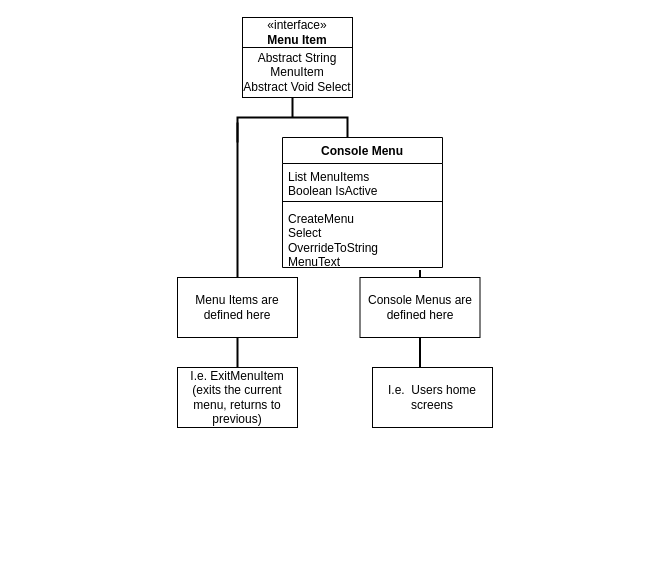
The draw.io diagram DDD_ObjectOrientedMenu.drawio in mpanks/Flowcharts, before the edit. Source tidied: cells renumbered, new cells numbered last; positions are measured from the earlier drawing's top-left corner, leaving out a move shared by most shapes. Both pictures are drawn from the tidied source at 100%, with x=0, y=0 at pixel (114, 17).
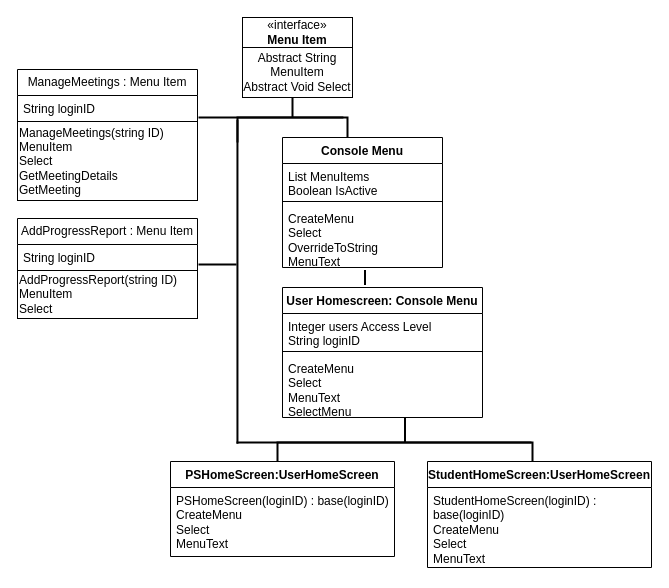
Above is the later version.

Change to the diagram source:
```diff
@@
-    <mxCell id="2" style="line;strokeWidth=2;html=1;rotation=-90;" parent="1" vertex="1">
-      <mxGeometry x="235.5" y="317.5" width="140" height="10" as="geometry" />
-    </mxCell>
+    <mxCell id="16" style="line;strokeWidth=2;html=1;rotation=0;" parent="1" vertex="1">
+      <mxGeometry x="84" y="94" width="144.9" height="12" as="geometry" />
+    </mxCell>
+    <mxCell id="13" value="ManageMeetings : Menu Item" style="swimlane;fontStyle=0;horizontal=1;startSize=26;fillColor=none;whiteSpace=wrap;html=1;" parent="1" vertex="1">
+      <mxGeometry x="-97" y="52" width="180" height="131" as="geometry" />
+    </mxCell>
+    <mxCell id="14" value="String loginID" style="text;strokeColor=none;fillColor=none;align=left;verticalAlign=top;spacingLeft=4;spacingRight=4;overflow=hidden;whiteSpace=wrap;html=1;" parent="13" vertex="1">
+      <mxGeometry y="26" width="180" height="26" as="geometry" />
+    </mxCell>
+    <mxCell id="17" value="ManageMeetings(string ID)&lt;br&gt;MenuItem&lt;br&gt;Select&lt;br&gt;GetMeetingDetails&lt;br&gt;GetMeeting" style="rounded=0;whiteSpace=wrap;html=1;align=left;" parent="13" vertex="1">
+      <mxGeometry y="52" width="180" height="79" as="geometry" />
+    </mxCell>
+    <mxCell id="18" style="strokeWidth=2;html=1;shape=mxgraph.flowchart.annotation_2;align=left;labelPosition=right;rotation=90;" parent="1" vertex="1">
+      <mxGeometry x="265.5" y="297.5" width="50" height="255" as="geometry" />
+    </mxCell>
     <mxCell id="3" style="line;strokeWidth=2;html=1;rotation=-90;" parent="1" vertex="1">
-      <mxGeometry x="0.5" y="222.5" width="245" height="10" as="geometry" />
+      <mxGeometry x="-39" y="258.2" width="323.9" height="12" as="geometry" />
     </mxCell>
@@
-    <mxCell id="12" value="Console Menus are defined here" style="rounded=0;whiteSpace=wrap;html=1;" parent="1" vertex="1">
-      <mxGeometry x="245.5" y="260" width="120" height="60" as="geometry" />
-    </mxCell>
-    <mxCell id="13" value="Menu Items are defined here" style="rounded=0;whiteSpace=wrap;html=1;" parent="1" vertex="1">
-      <mxGeometry x="63" y="260" width="120" height="60" as="geometry" />
-    </mxCell>
-    <mxCell id="14" value="I.e. ExitMenuItem (exits the current menu, returns to previous)" style="rounded=0;whiteSpace=wrap;html=1;" parent="1" vertex="1">
-      <mxGeometry x="63" y="350" width="120" height="60" as="geometry" />
-    </mxCell>
-    <mxCell id="15" value="I.e.&amp;nbsp; Users home screens" style="rounded=0;whiteSpace=wrap;html=1;" parent="1" vertex="1">
-      <mxGeometry x="258" y="350" width="120" height="60" as="geometry" />
-    </mxCell>
+    <mxCell id="19" value="User Homescreen: Console Menu" style="swimlane;fontStyle=1;align=center;verticalAlign=top;horizontal=1;startSize=26;whiteSpace=wrap;html=1;" parent="1" vertex="1">
+      <mxGeometry x="168" y="270" width="200" height="130" as="geometry" />
+    </mxCell>
+    <mxCell id="20" value="Integer users Access Level&lt;br&gt;String loginID" style="text;strokeColor=none;fillColor=none;align=left;verticalAlign=top;spacingLeft=4;spacingRight=4;overflow=hidden;whiteSpace=wrap;html=1;" parent="19" vertex="1">
+      <mxGeometry y="26" width="200" height="34" as="geometry" />
+    </mxCell>
+    <mxCell id="21" style="line;strokeWidth=1;fillColor=none;align=left;verticalAlign=middle;spacingTop=-1;spacingLeft=3;spacingRight=3;labelPosition=right;strokeColor=inherit;" parent="19" vertex="1">
+      <mxGeometry y="60" width="200" height="8" as="geometry" />
+    </mxCell>
+    <mxCell id="22" value="CreateMenu&lt;br&gt;Select&lt;br&gt;MenuText&lt;br&gt;SelectMenu" style="text;strokeColor=none;fillColor=none;align=left;verticalAlign=top;spacingLeft=4;spacingRight=4;overflow=hidden;whiteSpace=wrap;html=1;" parent="19" vertex="1">
+      <mxGeometry y="68" width="200" height="62" as="geometry" />
+    </mxCell>
+    <mxCell id="23" value="StudentHomeScreen:UserHomeScreen" style="swimlane;fontStyle=1;align=center;verticalAlign=top;horizontal=1;startSize=26;whiteSpace=wrap;html=1;" parent="1" vertex="1">
+      <mxGeometry x="313" y="444" width="224" height="106" as="geometry" />
+    </mxCell>
+    <mxCell id="24" value="StudentHomeScreen(loginID) : base(loginID)&lt;br&gt;CreateMenu&lt;br&gt;Select&lt;br&gt;MenuText&lt;br&gt;" style="text;strokeColor=none;fillColor=none;align=left;verticalAlign=top;spacingLeft=4;spacingRight=4;overflow=hidden;whiteSpace=wrap;html=1;" parent="23" vertex="1">
+      <mxGeometry y="26" width="224" height="80" as="geometry" />
+    </mxCell>
+    <mxCell id="25" value="PSHomeScreen:UserHomeScreen" style="swimlane;fontStyle=1;align=center;verticalAlign=top;horizontal=1;startSize=26;whiteSpace=wrap;html=1;" parent="1" vertex="1">
+      <mxGeometry x="56" y="444" width="224" height="95" as="geometry" />
+    </mxCell>
+    <mxCell id="26" value="PSHomeScreen(loginID) : base(loginID)&lt;br&gt;CreateMenu&lt;br&gt;Select&lt;br&gt;MenuText" style="text;strokeColor=none;fillColor=none;align=left;verticalAlign=top;spacingLeft=4;spacingRight=4;overflow=hidden;whiteSpace=wrap;html=1;" parent="25" vertex="1">
+      <mxGeometry y="26" width="224" height="69" as="geometry" />
+    </mxCell>
+    <mxCell id="27" style="line;strokeWidth=2;html=1;rotation=-90;" parent="1" vertex="1">
+      <mxGeometry x="243" y="255" width="15" height="10" as="geometry" />
+    </mxCell>
+    <mxCell id="28" style="line;strokeWidth=2;html=1;rotation=0;" parent="1" vertex="1">
+      <mxGeometry x="122" y="420" width="295" height="10" as="geometry" />
+    </mxCell>
+    <mxCell id="29" value="AddProgressReport : Menu Item" style="swimlane;fontStyle=0;horizontal=1;startSize=26;fillColor=none;whiteSpace=wrap;html=1;" parent="1" vertex="1">
+      <mxGeometry x="-97" y="201" width="180" height="100" as="geometry" />
+    </mxCell>
+    <mxCell id="30" value="String loginID" style="text;strokeColor=none;fillColor=none;align=left;verticalAlign=top;spacingLeft=4;spacingRight=4;overflow=hidden;whiteSpace=wrap;html=1;" parent="29" vertex="1">
+      <mxGeometry y="26" width="180" height="26" as="geometry" />
+    </mxCell>
+    <mxCell id="31" value="AddProgressReport(string ID)&lt;br&gt;MenuItem&lt;br&gt;Select" style="rounded=0;whiteSpace=wrap;html=1;align=left;" parent="29" vertex="1">
+      <mxGeometry y="52" width="180" height="48" as="geometry" />
+    </mxCell>
+    <mxCell id="32" style="line;strokeWidth=2;html=1;rotation=0;" parent="1" vertex="1">
+      <mxGeometry x="84" y="241" width="38" height="12" as="geometry" />
+    </mxCell>
```
